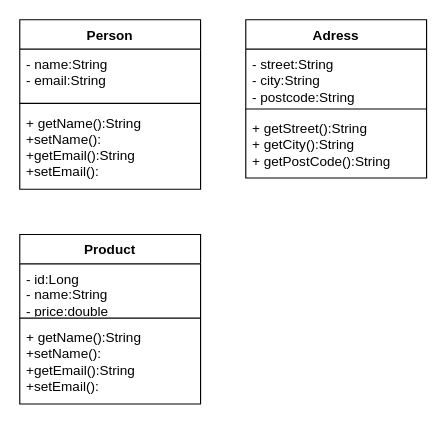
Earlier version of the draw.io diagram UML.drawio (SKA1117/products-api). Source tidied: cells renumbered, new cells numbered last; positions are measured from the earlier drawing's top-left corner, leaving out a move shared by most shapes. Both pictures are drawn from the tidied source at 113%, with x=0, y=0 at pixel (19, 19).
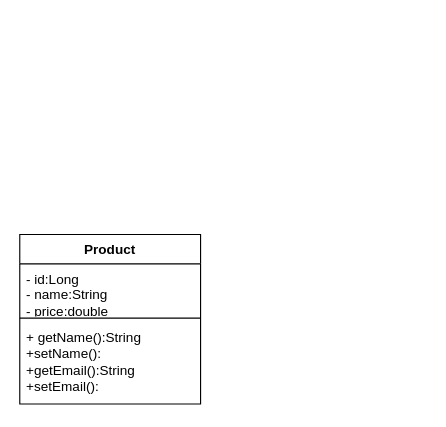
The same page after the edit.

Commit message:
Tutorial 2: Product UML class diagram added

The edit, as a diff of the source:
```diff
@@
 <mxGraphModel>
   <root>
     <mxCell id="0" />
     <mxCell id="1" parent="0" />
-    <mxCell id="2" value="Person" style="swimlane;fontStyle=1;align=center;verticalAlign=top;horizontal=1;startSize=26;whiteSpace=wrap;html=1;" parent="1" vertex="1">
-      <mxGeometry width="160" height="150" as="geometry" />
-    </mxCell>
-    <mxCell id="3" value="- name:String&lt;div&gt;- email:String&lt;/div&gt;" style="text;strokeColor=none;fillColor=none;align=left;verticalAlign=top;spacingLeft=4;spacingRight=4;overflow=hidden;whiteSpace=wrap;html=1;" parent="2" vertex="1">
-      <mxGeometry y="26" width="160" height="44" as="geometry" />
-    </mxCell>
-    <mxCell id="4" style="line;strokeWidth=1;fillColor=none;align=left;verticalAlign=middle;spacingTop=-1;spacingLeft=3;spacingRight=3;labelPosition=right;strokeColor=inherit;" parent="2" vertex="1">
-      <mxGeometry y="70" width="160" height="8" as="geometry" />
-    </mxCell>
-    <mxCell id="5" value="+ getName():String&lt;div&gt;+setName():&lt;/div&gt;&lt;div&gt;+getEmail():String&lt;/div&gt;&lt;div&gt;+setEmail():&lt;/div&gt;" style="text;strokeColor=none;fillColor=none;align=left;verticalAlign=top;spacingLeft=4;spacingRight=4;overflow=hidden;whiteSpace=wrap;html=1;" parent="2" vertex="1">
-      <mxGeometry y="78" width="160" height="72" as="geometry" />
-    </mxCell>
-    <mxCell id="6" value="Adress" style="swimlane;fontStyle=1;align=center;verticalAlign=top;horizontal=1;startSize=26;whiteSpace=wrap;html=1;" parent="1" vertex="1">
-      <mxGeometry x="200" width="160" height="140" as="geometry" />
-    </mxCell>
-    <mxCell id="7" value="- street:String&lt;div&gt;- city:String&lt;/div&gt;&lt;div&gt;- postcode:String&lt;/div&gt;" style="text;strokeColor=none;fillColor=none;align=left;verticalAlign=top;spacingLeft=4;spacingRight=4;overflow=hidden;whiteSpace=wrap;html=1;" parent="6" vertex="1">
-      <mxGeometry y="26" width="160" height="49" as="geometry" />
-    </mxCell>
-    <mxCell id="8" style="line;strokeWidth=1;fillColor=none;align=left;verticalAlign=middle;spacingTop=-1;spacingLeft=3;spacingRight=3;labelPosition=right;strokeColor=inherit;" parent="6" vertex="1">
-      <mxGeometry y="75" width="160" height="8" as="geometry" />
-    </mxCell>
-    <mxCell id="9" value="+ getStreet():String&lt;div&gt;+ getCity():String&lt;/div&gt;&lt;div&gt;+ getPostCode():String&lt;/div&gt;" style="text;strokeColor=none;fillColor=none;align=left;verticalAlign=top;spacingLeft=4;spacingRight=4;overflow=hidden;whiteSpace=wrap;html=1;" parent="6" vertex="1">
-      <mxGeometry y="83" width="160" height="57" as="geometry" />
-    </mxCell>
     <mxCell id="10" value="Product" style="swimlane;fontStyle=1;align=center;verticalAlign=top;horizontal=1;startSize=26;whiteSpace=wrap;html=1;" parent="1" vertex="1">
       <mxGeometry y="190" width="160" height="150" as="geometry" />
     </mxCell>
     <mxCell id="11" value="- id:Long&lt;div&gt;- name:String&lt;/div&gt;&lt;div&gt;- price:double&lt;/div&gt;" style="text;strokeColor=none;fillColor=none;align=left;verticalAlign=top;spacingLeft=4;spacingRight=4;overflow=hidden;whiteSpace=wrap;html=1;" parent="10" vertex="1">
       <mxGeometry y="26" width="160" height="44" as="geometry" />
     </mxCell>
     <mxCell id="12" style="line;strokeWidth=1;fillColor=none;align=left;verticalAlign=middle;spacingTop=-1;spacingLeft=3;spacingRight=3;labelPosition=right;strokeColor=inherit;" parent="10" vertex="1">
       <mxGeometry y="70" width="160" height="8" as="geometry" />
     </mxCell>
     <mxCell id="13" value="+ getName():String&lt;div&gt;+setName():&lt;/div&gt;&lt;div&gt;+getEmail():String&lt;/div&gt;&lt;div&gt;+setEmail():&lt;/div&gt;" style="text;strokeColor=none;fillColor=none;align=left;verticalAlign=top;spacingLeft=4;spacingRight=4;overflow=hidden;whiteSpace=wrap;html=1;" parent="10" vertex="1">
       <mxGeometry y="78" width="160" height="72" as="geometry" />
     </mxCell>
   </root>
 </mxGraphModel>
```
